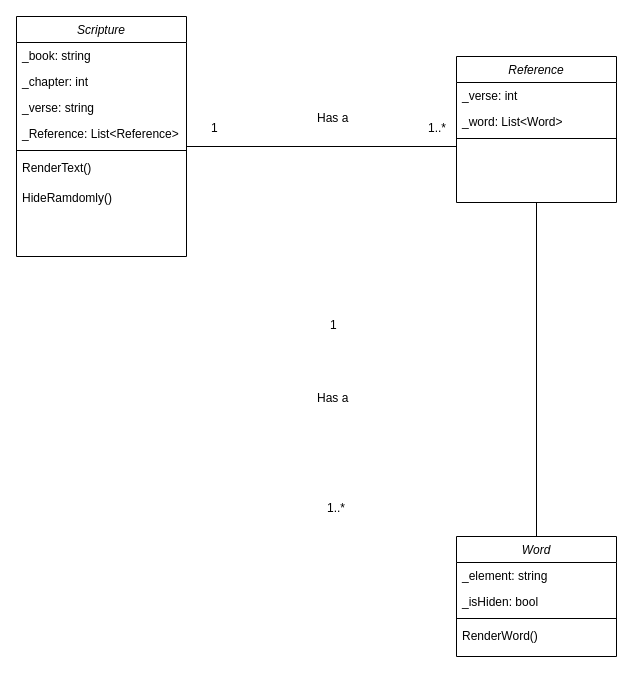
The draw.io diagram assets/ScriptureMemo.drawio in neorgon/cse210-hw, before the edit. Source tidied: cells renumbered, new cells numbered last; positions are measured from the earlier drawing's top-left corner, leaving out a move shared by most shapes. Both pictures are drawn from the tidied source at 100%, with x=0, y=0 at pixel (16, 16).
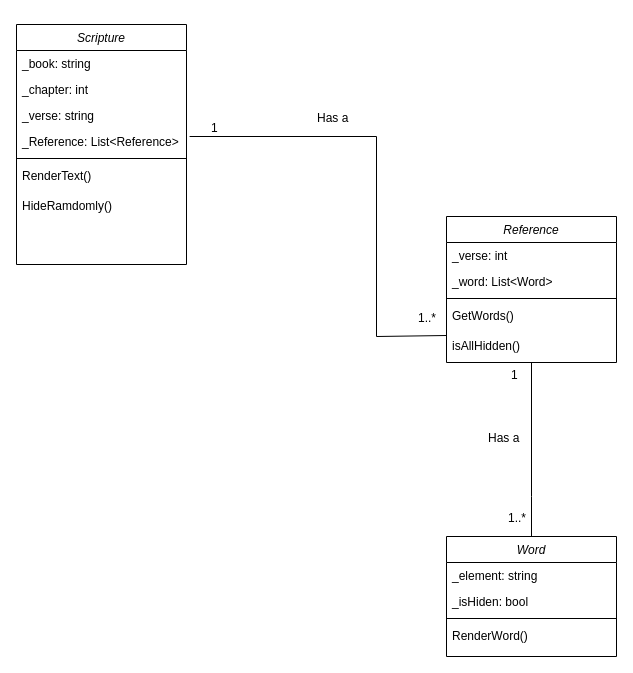
Above is the later version.

Commit message:
Update behavior class diagram

The edit, as a diff of the source:
```diff
@@
     <mxCell id="2" value="1..*" style="align=left;verticalAlign=bottom;labelBackgroundColor=none;fontSize=12;" parent="1" vertex="1">
-      <mxGeometry x="410" y="120" as="geometry" />
+      <mxGeometry x="400" y="310" as="geometry" />
     </mxCell>
@@
     <mxCell id="5" value="1..*" style="align=left;verticalAlign=bottom;labelBackgroundColor=none;fontSize=12;" parent="1" vertex="1">
-      <mxGeometry x="309" y="500" as="geometry" />
+      <mxGeometry x="490" y="510" as="geometry" />
     </mxCell>
     <mxCell id="6" value="1" style="align=left;verticalAlign=bottom;labelBackgroundColor=none;fontSize=12;" parent="1" vertex="1">
-      <mxGeometry x="319" y="310" as="geometry">
+      <mxGeometry x="500" y="360" as="geometry">
         <mxPoint x="-7" y="7" as="offset" />
       </mxGeometry>
     </mxCell>
     <mxCell id="7" value="Has a" style="align=left;verticalAlign=bottom;labelBackgroundColor=none;fontSize=12;" parent="1" vertex="1">
-      <mxGeometry x="299" y="390" as="geometry" />
+      <mxGeometry x="470" y="430" as="geometry" />
     </mxCell>
     <mxCell id="8" value="Word" style="swimlane;fontStyle=2;align=center;verticalAlign=top;horizontal=1;startSize=26;rounded=0;shadow=0;strokeWidth=1;" parent="1" vertex="1">
-      <mxGeometry x="440" y="520" width="160" height="120" as="geometry" />
+      <mxGeometry x="430" y="520" width="170" height="120" as="geometry" />
     </mxCell>
     <mxCell id="9" value="_element: string&#10;" style="text;align=left;verticalAlign=top;spacingLeft=4;spacingRight=4;overflow=hidden;" parent="8" vertex="1">
-      <mxGeometry y="26" width="160" height="26" as="geometry" />
+      <mxGeometry y="26" width="170" height="26" as="geometry" />
     </mxCell>
     <mxCell id="10" value="_isHiden: bool" style="text;align=left;verticalAlign=top;spacingLeft=4;spacingRight=4;overflow=hidden;" parent="8" vertex="1">
-      <mxGeometry y="52" width="160" height="26" as="geometry" />
+      <mxGeometry y="52" width="170" height="26" as="geometry" />
     </mxCell>
     <mxCell id="11" style="line;html=1;strokeWidth=1;align=left;verticalAlign=middle;spacingTop=-1;spacingLeft=3;spacingRight=3;labelPosition=right;" parent="8" vertex="1">
-      <mxGeometry y="78" width="160" height="8" as="geometry" />
+      <mxGeometry y="78" width="170" height="8" as="geometry" />
     </mxCell>
     <mxCell id="12" value="RenderWord()" style="text;align=left;verticalAlign=top;spacingLeft=4;spacingRight=4;overflow=hidden;" parent="8" vertex="1">
-      <mxGeometry y="86" width="160" height="30" as="geometry" />
+      <mxGeometry y="86" width="170" height="30" as="geometry" />
     </mxCell>
-    <mxCell id="13" style="edgeStyle=orthogonalEdgeStyle;rounded=0;orthogonalLoop=1;jettySize=auto;html=1;endArrow=none;endFill=0;" parent="1" edge="1">
+    <mxCell id="13" style="edgeStyle=orthogonalEdgeStyle;rounded=0;jettySize=auto;html=1;endArrow=none;endFill=0;exitX=1.018;exitY=0.231;exitDx=0;exitDy=0;exitPerimeter=0;entryX=0;entryY=1.1;entryDx=0;entryDy=0;entryPerimeter=0;" parent="1" edge="1" target="27">
       <mxGeometry relative="1" as="geometry">
-        <mxPoint x="170" y="130" as="sourcePoint" />
-        <mxPoint x="440" y="130" as="targetPoint" />
+        <mxPoint x="173.1" y="120" as="sourcePoint" />
+        <Array as="points">
+          <mxPoint x="360" y="120" />
+          <mxPoint x="360" y="320" />
+        </Array>
       </mxGeometry>
     </mxCell>
     <mxCell id="14" value="Scripture" style="swimlane;fontStyle=2;align=center;verticalAlign=top;horizontal=1;startSize=26;rounded=0;shadow=0;strokeWidth=1;" parent="1" vertex="1">
-      <mxGeometry width="170" height="240" as="geometry" />
+      <mxGeometry y="8" width="170" height="240" as="geometry" />
     </mxCell>
@@
     <mxCell id="22" style="edgeStyle=orthogonalEdgeStyle;rounded=0;jettySize=auto;html=1;exitX=0.5;exitY=1;exitDx=0;exitDy=0;entryX=0.5;entryY=0;entryDx=0;entryDy=0;endArrow=none;endFill=0;" parent="1" edge="1" source="23" target="8">
-      <mxGeometry relative="1" as="geometry" />
+      <mxGeometry relative="1" as="geometry">
+        <Array as="points">
+          <mxPoint x="515" y="480" />
+          <mxPoint x="515" y="480" />
+        </Array>
+      </mxGeometry>
     </mxCell>
     <mxCell id="23" value="Reference" style="swimlane;fontStyle=2;align=center;verticalAlign=top;horizontal=1;startSize=26;rounded=0;shadow=0;strokeWidth=1;" parent="1" vertex="1">
-      <mxGeometry x="440" y="40" width="160" height="146" as="geometry" />
+      <mxGeometry x="430" y="200" width="170" height="146" as="geometry" />
     </mxCell>
     <mxCell id="24" value="_verse: int&#10;" style="text;align=left;verticalAlign=top;spacingLeft=4;spacingRight=4;overflow=hidden;" parent="23" vertex="1">
-      <mxGeometry y="26" width="160" height="26" as="geometry" />
+      <mxGeometry y="26" width="170" height="26" as="geometry" />
     </mxCell>
     <mxCell id="25" value="_word: List&lt;Word&gt;" style="text;align=left;verticalAlign=top;spacingLeft=4;spacingRight=4;overflow=hidden;" parent="23" vertex="1">
-      <mxGeometry y="52" width="160" height="26" as="geometry" />
+      <mxGeometry y="52" width="170" height="26" as="geometry" />
     </mxCell>
     <mxCell id="26" style="line;html=1;strokeWidth=1;align=left;verticalAlign=middle;spacingTop=-1;spacingLeft=3;spacingRight=3;labelPosition=right;" parent="23" vertex="1">
-      <mxGeometry y="78" width="160" height="8" as="geometry" />
+      <mxGeometry y="78" width="170" height="8" as="geometry" />
     </mxCell>
+    <mxCell id="27" value="GetWords()" style="text;align=left;verticalAlign=top;spacingLeft=4;spacingRight=4;overflow=hidden;points=[[0,0.5],[1,0.5]];portConstraint=eastwest;" parent="23" vertex="1">
+      <mxGeometry y="86" width="170" height="30" as="geometry" />
+    </mxCell>
+    <mxCell id="28" value="isAllHidden()" style="text;align=left;verticalAlign=top;spacingLeft=4;spacingRight=4;overflow=hidden;" parent="23" vertex="1">
+      <mxGeometry y="116" width="170" height="30" as="geometry" />
+    </mxCell>
```
